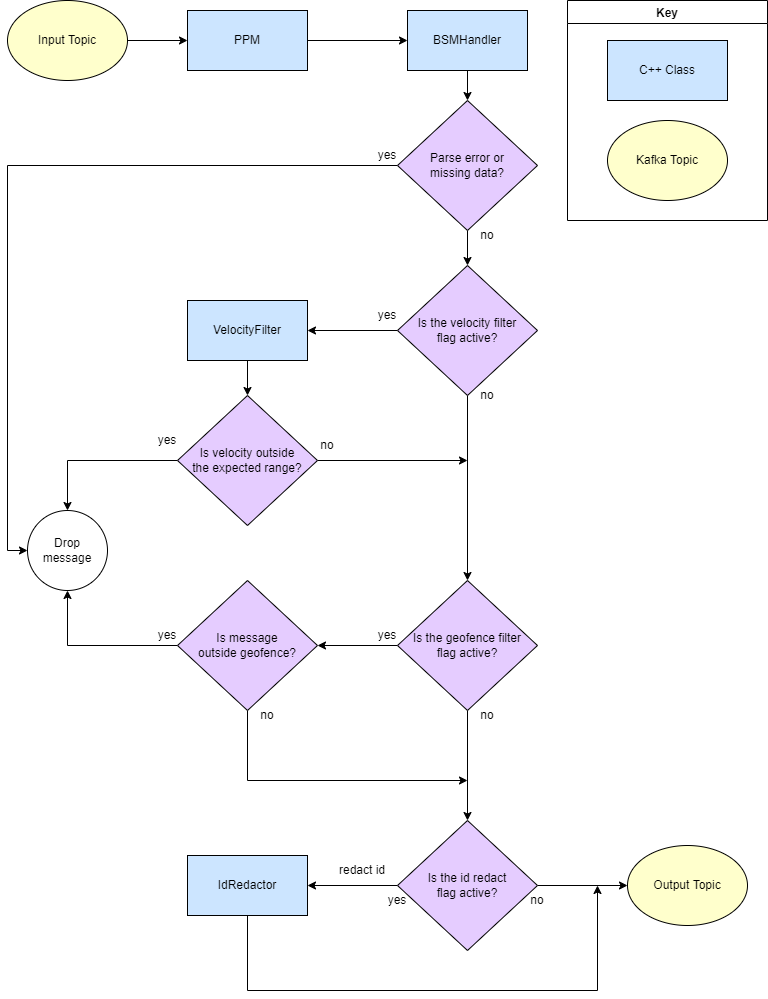
Earlier version of the draw.io export docs/diagrams/data-flow/PPM Data Flow.drawio.png (usdot-jpo-ode/jpo-cvdp). Source tidied: cells renumbered, new cells last; positions are measured from the earlier drawing's top-left corner, leaving out a move shared by most shapes.
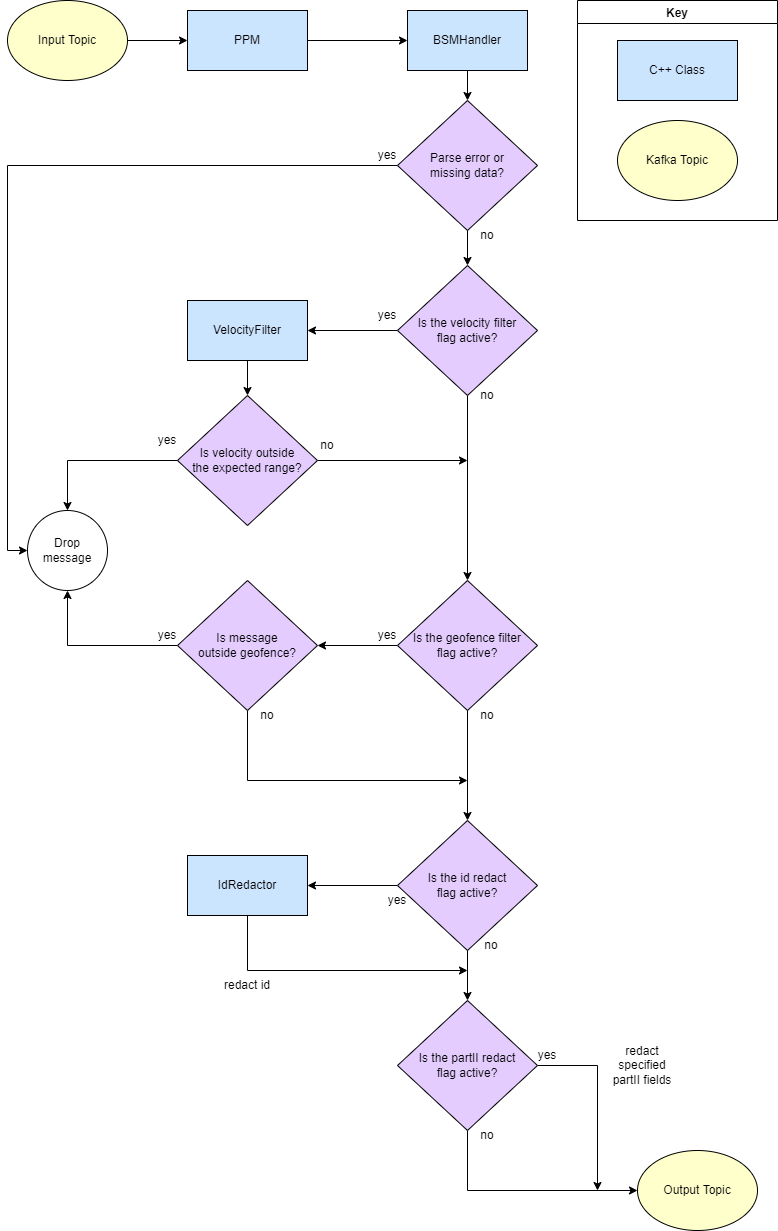
Later version of the same file.

Commit message:
Updated the diagram to show partII data redaction.

The edit, as a diff of the source:
```diff
@@ -21,7 +21,7 @@
       <mxGeometry width="120" height="80" as="geometry" />
     </mxCell>
     <mxCell id="8" value="Output Topic" style="ellipse;whiteSpace=wrap;html=1;fillColor=#FFFFCC;" parent="1" vertex="1">
-      <mxGeometry x="620" y="845" width="120" height="80" as="geometry" />
+      <mxGeometry x="630" y="1150" width="120" height="80" as="geometry" />
     </mxCell>
     <mxCell id="9" style="edgeStyle=orthogonalEdgeStyle;rounded=0;jettySize=auto;html=1;" parent="1" edge="1" source="11" target="13">
       <mxGeometry relative="1" as="geometry" />
@@ -41,32 +41,32 @@
     <mxCell id="14" style="edgeStyle=orthogonalEdgeStyle;rounded=0;jettySize=auto;html=1;" parent="1" edge="1" source="16" target="18">
       <mxGeometry relative="1" as="geometry" />
     </mxCell>
-    <mxCell id="15" style="edgeStyle=orthogonalEdgeStyle;rounded=0;jettySize=auto;html=1;" parent="1" edge="1" source="16" target="8">
-      <mxGeometry relative="1" as="geometry" />
-    </mxCell>
+    <mxCell id="49" style="edgeStyle=orthogonalEdgeStyle;rounded=0;jettySize=auto;html=1;" parent="1" edge="1" source="16" target="53">
+      <mxGeometry relative="1" as="geometry" />
+    </mxCell>
     <mxCell id="16" value="Is the id redact&lt;br&gt;flag active?" style="rhombus;whiteSpace=wrap;html=1;fillColor=#E5CCFF;" parent="1" vertex="1">
       <mxGeometry x="390" y="820" width="140" height="130" as="geometry" />
     </mxCell>
-    <mxCell id="17" style="edgeStyle=orthogonalEdgeStyle;rounded=0;jettySize=auto;html=1;" parent="1" edge="1" source="18">
-      <mxGeometry relative="1" as="geometry">
-        <mxPoint x="590" y="885" as="targetPoint" />
-        <Array as="points">
-          <mxPoint x="240" y="990" />
-          <mxPoint x="590" y="990" />
-        </Array>
-      </mxGeometry>
-    </mxCell>
+    <mxCell id="50" style="edgeStyle=orthogonalEdgeStyle;rounded=0;jettySize=auto;html=1;" parent="1" edge="1" source="18">
+      <mxGeometry relative="1" as="geometry">
+        <mxPoint x="460" y="970" as="targetPoint" />
+        <Array as="points">
+          <mxPoint x="240" y="970" />
+          <mxPoint x="460" y="970" />
+        </Array>
+      </mxGeometry>
+    </mxCell>
     <mxCell id="18" value="IdRedactor" style="rounded=0;whiteSpace=wrap;html=1;fillColor=#CCE5FF;" parent="1" vertex="1">
       <mxGeometry x="180" y="855" width="120" height="60" as="geometry" />
     </mxCell>
     <mxCell id="19" value="redact id" style="text;html=1;strokeColor=none;fillColor=none;align=center;verticalAlign=middle;whiteSpace=wrap;rounded=0;" parent="1" vertex="1">
-      <mxGeometry x="320" y="855" width="70" height="30" as="geometry" />
+      <mxGeometry x="205" y="970" width="70" height="30" as="geometry" />
     </mxCell>
     <mxCell id="20" value="yes" style="text;html=1;strokeColor=none;fillColor=none;align=center;verticalAlign=middle;whiteSpace=wrap;rounded=0;" parent="1" vertex="1">
       <mxGeometry x="360" y="885" width="60" height="30" as="geometry" />
     </mxCell>
     <mxCell id="21" value="no" style="text;html=1;strokeColor=none;fillColor=none;align=center;verticalAlign=middle;whiteSpace=wrap;rounded=0;" parent="1" vertex="1">
-      <mxGeometry x="500" y="885" width="60" height="30" as="geometry" />
+      <mxGeometry x="454" y="930" width="60" height="30" as="geometry" />
     </mxCell>
     <mxCell id="22" value="yes" style="text;html=1;strokeColor=none;fillColor=none;align=center;verticalAlign=middle;whiteSpace=wrap;rounded=0;" parent="1" vertex="1">
       <mxGeometry x="350" y="300" width="60" height="30" as="geometry" />
@@ -75,7 +75,7 @@
       <mxGeometry x="450" y="380" width="60" height="30" as="geometry" />
     </mxCell>
     <mxCell id="24" value="Key" style="swimlane;fillColor=#FFFFFF;" parent="1" vertex="1">
-      <mxGeometry x="560" width="200" height="220" as="geometry" />
+      <mxGeometry x="570" width="200" height="220" as="geometry" />
     </mxCell>
     <mxCell id="25" value="C++ Class" style="rounded=0;whiteSpace=wrap;html=1;fillColor=#CCE5FF;" parent="24" vertex="1">
       <mxGeometry x="40" y="40" width="120" height="60" as="geometry" />
@@ -156,5 +156,29 @@
     <mxCell id="48" value="no" style="text;html=1;strokeColor=none;fillColor=none;align=center;verticalAlign=middle;whiteSpace=wrap;rounded=0;" parent="1" vertex="1">
       <mxGeometry x="450" y="220" width="60" height="30" as="geometry" />
     </mxCell>
+    <mxCell id="51" style="edgeStyle=orthogonalEdgeStyle;rounded=0;jettySize=auto;html=1;" parent="1" edge="1" source="53">
+      <mxGeometry relative="1" as="geometry">
+        <mxPoint x="590" y="1190" as="targetPoint" />
+        <Array as="points">
+          <mxPoint x="590" y="1065" />
+          <mxPoint x="590" y="1190" />
+        </Array>
+      </mxGeometry>
+    </mxCell>
+    <mxCell id="52" style="edgeStyle=orthogonalEdgeStyle;rounded=0;jettySize=auto;html=1;entryX=0;entryY=0.5;entryDx=0;entryDy=0;exitX=0.5;exitY=1;exitDx=0;exitDy=0;" parent="1" edge="1" source="53" target="8">
+      <mxGeometry relative="1" as="geometry" />
+    </mxCell>
+    <mxCell id="53" value="Is the partII redact&lt;br&gt;flag active?" style="rhombus;whiteSpace=wrap;html=1;fillColor=#E5CCFF;" parent="1" vertex="1">
+      <mxGeometry x="390" y="1000" width="140" height="130" as="geometry" />
+    </mxCell>
+    <mxCell id="54" value="redact specified partII fields" style="text;html=1;strokeColor=none;fillColor=none;align=center;verticalAlign=middle;whiteSpace=wrap;rounded=0;" parent="1" vertex="1">
+      <mxGeometry x="600" y="1050" width="70" height="30" as="geometry" />
+    </mxCell>
+    <mxCell id="55" value="no" style="text;html=1;strokeColor=none;fillColor=none;align=center;verticalAlign=middle;whiteSpace=wrap;rounded=0;" parent="1" vertex="1">
+      <mxGeometry x="450" y="1120" width="60" height="30" as="geometry" />
+    </mxCell>
+    <mxCell id="56" value="yes" style="text;html=1;strokeColor=none;fillColor=none;align=center;verticalAlign=middle;whiteSpace=wrap;rounded=0;" parent="1" vertex="1">
+      <mxGeometry x="510" y="1040" width="60" height="30" as="geometry" />
+    </mxCell>
   </root>
 </mxGraphModel>
```
